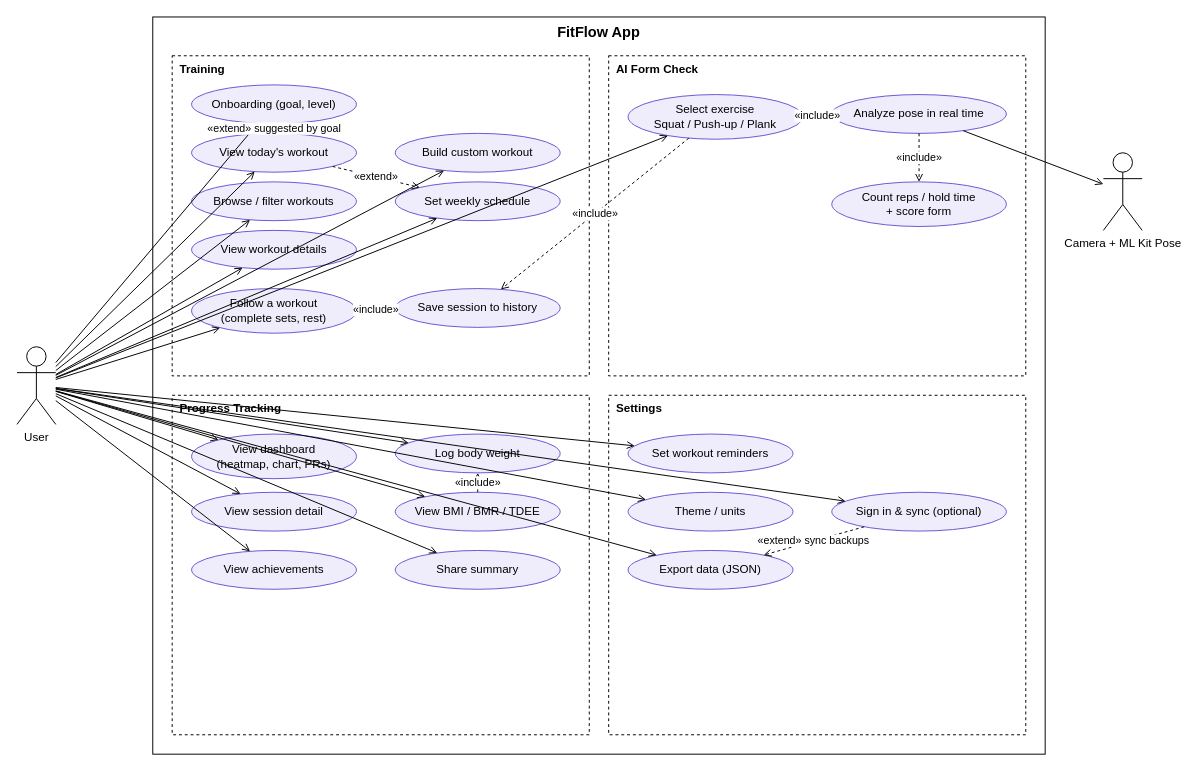
Before: docs/usecase.drawio in PRM-393-G5/fitflow, a draw.io diagram. Source tidied: cells renumbered, new cells numbered last; positions are measured from the earlier drawing's top-left corner, leaving out a move shared by most shapes. Both pictures are drawn from the tidied source at 97%, with x=0, y=0 at pixel (16, 16).
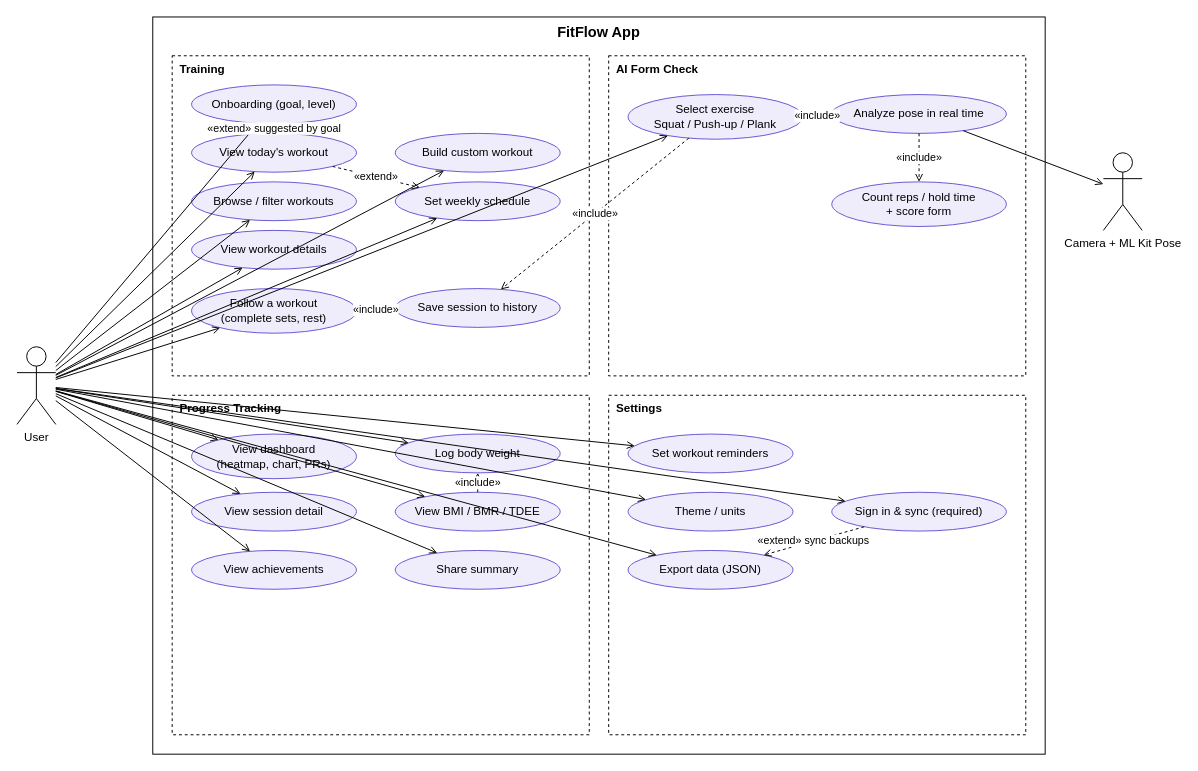
The same page after the edit.

Commit message (it also covers changes not shown here):
Require sign-in and remove guest mode

What changed in the source:
```diff
@@
-    <mxCell id="29" value="Sign in &amp; sync (optional)" style="ellipse;whiteSpace=wrap;html=1;fillColor=#EFEDFB;strokeColor=#6558D3;" parent="1" vertex="1">
+    <mxCell id="29" value="Sign in &amp; sync (required)" style="ellipse;whiteSpace=wrap;html=1;fillColor=#EFEDFB;strokeColor=#6558D3;" parent="1" vertex="1">
       <mxGeometry x="840" y="490" width="180" height="40" as="geometry" />
     </mxCell>
```
